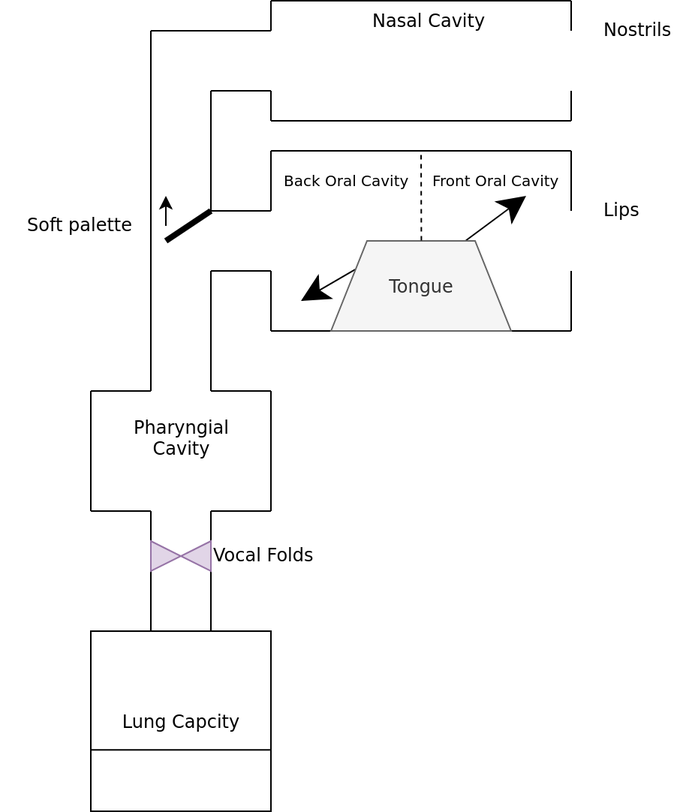
Before: img/vocal-anatomy.png, a diagram exported from draw.io (HousedHorse/ling-midterm). Source tidied: cells renumbered, new cells last; positions are measured from the earlier drawing's top-left corner, leaving out a move shared by most shapes.
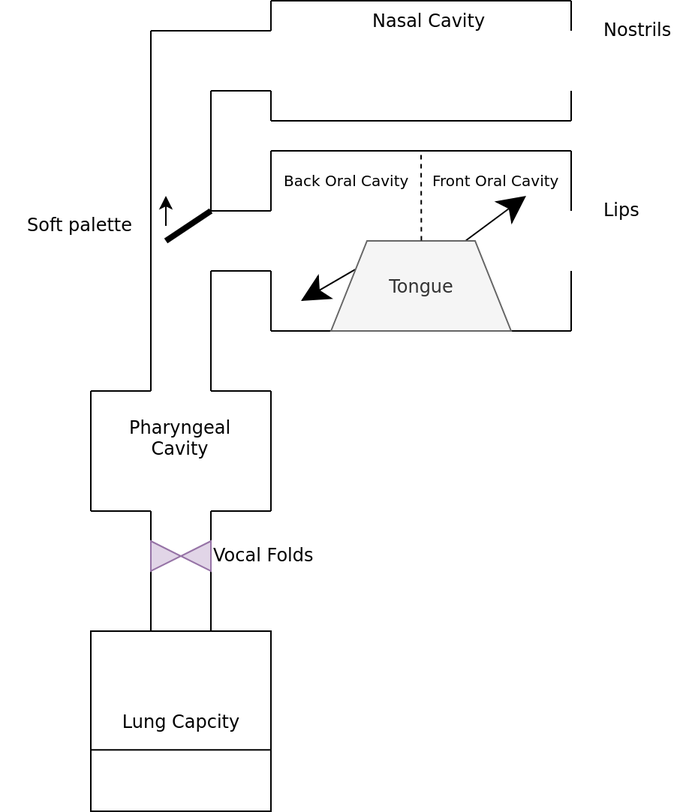
Later version of the same file.

Diff of the diagram source:
```diff
@@ -200,7 +200,7 @@
         <mxPoint x="180" y="340" as="targetPoint" />
       </mxGeometry>
     </mxCell>
-    <mxCell id="39" value="Pharyngial&lt;br&gt;Cavity" style="text;html=1;align=center;verticalAlign=top;spacingTop=-4;" parent="1" vertex="1">
+    <mxCell id="39" value="Pharyngeal&lt;br&gt;Cavity" style="text;html=1;align=center;verticalAlign=top;spacingTop=-4;" parent="1" vertex="1">
       <mxGeometry x="80" y="275" width="80" height="30" as="geometry" />
     </mxCell>
     <mxCell id="40" style="endArrow=none;html=1;" parent="1" edge="1">
```
